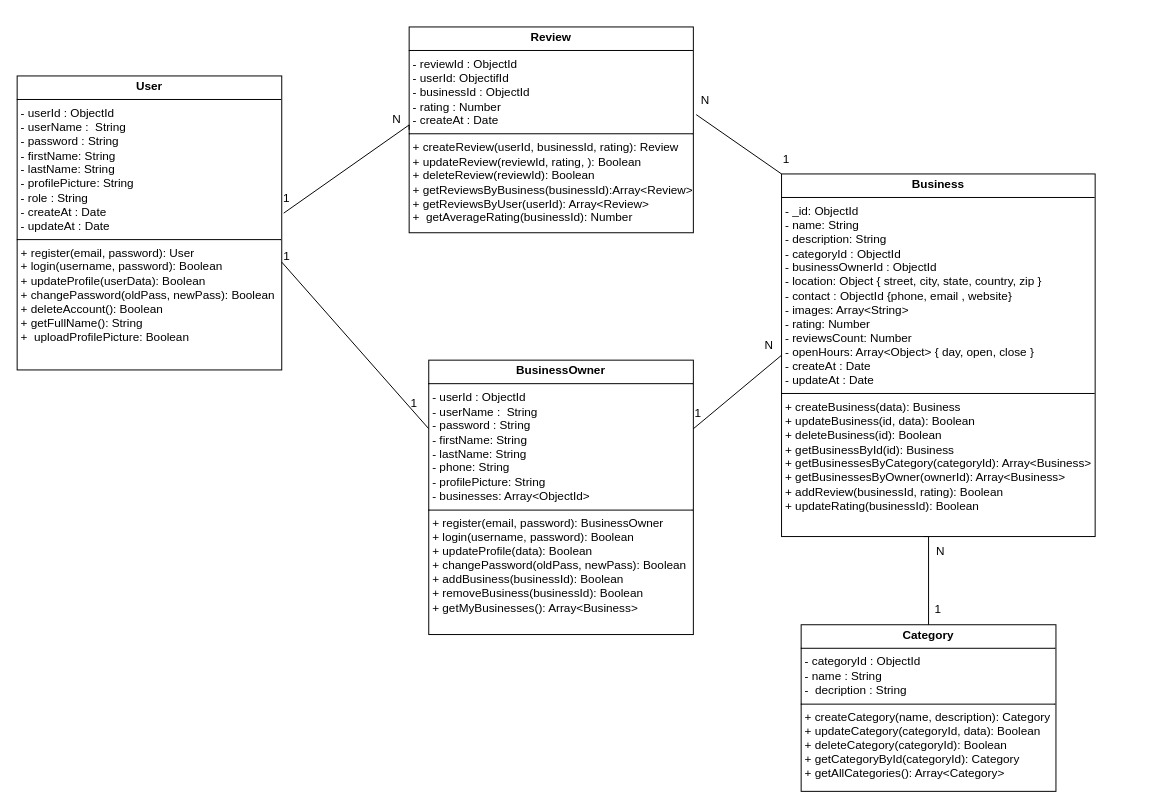
Earlier version of the draw.io diagram Diagramme sans nom.drawio (Rahma3-sys/Searchgi). Source tidied: cells renumbered, new cells numbered last; positions are measured from the earlier drawing's top-left corner, leaving out a move shared by most shapes. Both pictures are drawn from the tidied source at 98%, with x=0, y=0 at pixel (17, 26).
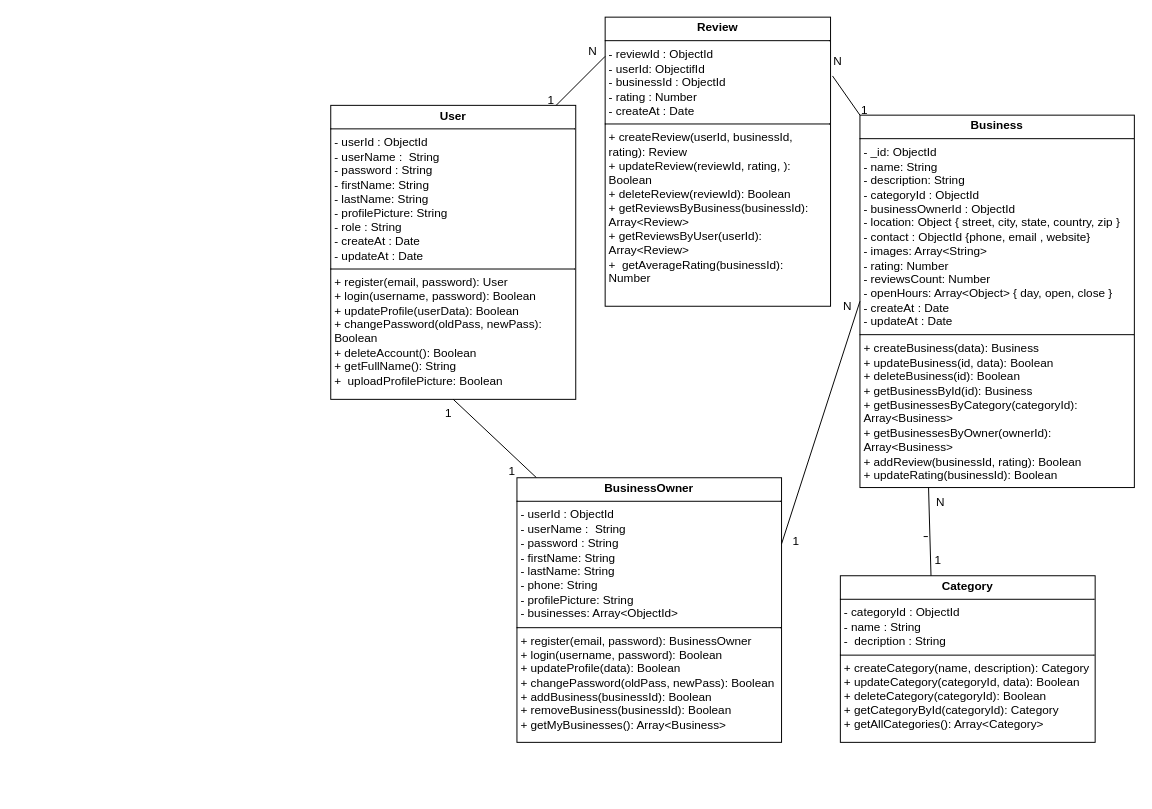
The same page after the edit.

Commit message:
Mettre à jour Diagramme de classe.drawio

What changed in the source:
```diff
@@
-    <mxCell id="2" value="&lt;p style=&quot;margin:0px;margin-top:4px;text-align:center;&quot;&gt;&lt;b&gt;Review&lt;/b&gt;&lt;/p&gt;&lt;hr size=&quot;1&quot; style=&quot;border-style:solid;&quot;&gt;&lt;p style=&quot;margin:0px;margin-left:4px;&quot;&gt;- reviewId : ObjectId&lt;br&gt;- userId:&amp;nbsp;&lt;span style=&quot;background-color: transparent; color: light-dark(rgb(0, 0, 0), rgb(255, 255, 255));&quot;&gt;ObjectifId&lt;/span&gt;&lt;/p&gt;&lt;p style=&quot;margin:0px;margin-left:4px;&quot;&gt;- businessId : ObjectId&lt;/p&gt;&lt;p style=&quot;margin:0px;margin-left:4px;&quot;&gt;- rating : Number&lt;/p&gt;&lt;p style=&quot;margin:0px;margin-left:4px;&quot;&gt;- createAt : Date&lt;/p&gt;&lt;hr size=&quot;1&quot; style=&quot;border-style:solid;&quot;&gt;&lt;p style=&quot;margin:0px;margin-left:4px;&quot;&gt;+&amp;nbsp;createReview(userId, businessId, rating): Review&lt;br&gt;+&amp;nbsp;updateReview(reviewId, rating, ): Boolean&lt;/p&gt;&lt;p style=&quot;margin:0px;margin-left:4px;&quot;&gt;+&amp;nbsp;deleteReview(reviewId): Boolean&amp;nbsp;&lt;/p&gt;&lt;p style=&quot;margin:0px;margin-left:4px;&quot;&gt;+&amp;nbsp;getReviewsByBusiness(businessId):Array&amp;lt;Review&amp;gt;&lt;/p&gt;&lt;p style=&quot;margin:0px;margin-left:4px;&quot;&gt;+&amp;nbsp;getReviewsByUser(userId): Array&amp;lt;Review&amp;gt;&amp;nbsp;&lt;/p&gt;&lt;p style=&quot;margin:0px;margin-left:4px;&quot;&gt;+&amp;nbsp;&amp;nbsp;getAverageRating(businessId): Number&amp;nbsp;&lt;/p&gt;" style="verticalAlign=top;align=left;overflow=fill;html=1;whiteSpace=wrap;" parent="1" vertex="1">
-      <mxGeometry x="400" width="290" height="210" as="geometry" />
+    <mxCell id="2" value="&lt;p style=&quot;margin:0px;margin-top:4px;text-align:center;&quot;&gt;&lt;b&gt;Review&lt;/b&gt;&lt;/p&gt;&lt;hr size=&quot;1&quot; style=&quot;border-style:solid;&quot;&gt;&lt;p style=&quot;margin:0px;margin-left:4px;&quot;&gt;- reviewId : ObjectId&lt;br&gt;- userId:&amp;nbsp;&lt;span style=&quot;background-color: transparent; color: light-dark(rgb(0, 0, 0), rgb(255, 255, 255));&quot;&gt;ObjectifId&lt;/span&gt;&lt;/p&gt;&lt;p style=&quot;margin:0px;margin-left:4px;&quot;&gt;- businessId : ObjectId&lt;/p&gt;&lt;p style=&quot;margin:0px;margin-left:4px;&quot;&gt;- rating : Number&lt;/p&gt;&lt;p style=&quot;margin:0px;margin-left:4px;&quot;&gt;- createAt : Date&lt;/p&gt;&lt;hr size=&quot;1&quot; style=&quot;border-style:solid;&quot;&gt;&lt;p style=&quot;margin:0px;margin-left:4px;&quot;&gt;+&amp;nbsp;createReview(userId, businessId, rating): Review&lt;br&gt;+&amp;nbsp;updateReview(reviewId, rating, ): Boolean&lt;/p&gt;&lt;p style=&quot;margin:0px;margin-left:4px;&quot;&gt;+&amp;nbsp;deleteReview(reviewId): Boolean&amp;nbsp;&lt;/p&gt;&lt;p style=&quot;margin:0px;margin-left:4px;&quot;&gt;+&amp;nbsp;getReviewsByBusiness(businessId):&lt;/p&gt;&lt;p style=&quot;margin:0px;margin-left:4px;&quot;&gt;Array&amp;lt;Review&amp;gt;&lt;/p&gt;&lt;p style=&quot;margin:0px;margin-left:4px;&quot;&gt;+&amp;nbsp;getReviewsByUser(userId): Array&amp;lt;Review&amp;gt;&amp;nbsp;&lt;/p&gt;&lt;p style=&quot;margin:0px;margin-left:4px;&quot;&gt;+&amp;nbsp;&amp;nbsp;getAverageRating(businessId): Number&amp;nbsp;&lt;/p&gt;" style="verticalAlign=top;align=left;overflow=fill;html=1;whiteSpace=wrap;" parent="1" vertex="1">
+      <mxGeometry x="600" y="-10" width="230" height="295" as="geometry" />
     </mxCell>
     <mxCell id="3" value="&lt;p style=&quot;margin:0px;margin-top:4px;text-align:center;&quot;&gt;&lt;b&gt;User&lt;/b&gt;&lt;/p&gt;&lt;hr size=&quot;1&quot; style=&quot;border-style:solid;&quot;&gt;&lt;p style=&quot;margin:0px;margin-left:4px;&quot;&gt;- userId : ObjectId&lt;/p&gt;&lt;p style=&quot;margin:0px;margin-left:4px;&quot;&gt;- userName :&amp;nbsp; String&lt;/p&gt;&lt;p style=&quot;margin:0px;margin-left:4px;&quot;&gt;- password : String&amp;nbsp;&lt;/p&gt;&lt;p style=&quot;margin:0px;margin-left:4px;&quot;&gt;-&amp;nbsp;firstName: String&amp;nbsp;&amp;nbsp;&lt;/p&gt;&lt;p style=&quot;margin:0px;margin-left:4px;&quot;&gt;- lastName: String&amp;nbsp;&amp;nbsp;&lt;/p&gt;&lt;p style=&quot;margin:0px;margin-left:4px;&quot;&gt;- profilePicture: String&amp;nbsp;&lt;/p&gt;&lt;p style=&quot;margin:0px;margin-left:4px;&quot;&gt;- role : String&lt;/p&gt;&lt;p style=&quot;margin:0px;margin-left:4px;&quot;&gt;&lt;span style=&quot;background-color: transparent; color: light-dark(rgb(0, 0, 0), rgb(255, 255, 255));&quot;&gt;- createAt : Date&lt;/span&gt;&lt;/p&gt;&lt;p style=&quot;margin:0px;margin-left:4px;&quot;&gt;- updateAt : Date&lt;/p&gt;&lt;hr size=&quot;1&quot; style=&quot;border-style:solid;&quot;&gt;&lt;p style=&quot;margin:0px;margin-left:4px;&quot;&gt;+&amp;nbsp;register(email, password): User&amp;nbsp;&amp;nbsp;&lt;/p&gt;&lt;p style=&quot;margin:0px;margin-left:4px;&quot;&gt;+&amp;nbsp;login(username, password): Boolean&lt;/p&gt;&lt;p style=&quot;margin:0px;margin-left:4px;&quot;&gt;+&amp;nbsp;updateProfile(userData): Boolean&amp;nbsp;&lt;/p&gt;&lt;p style=&quot;margin:0px;margin-left:4px;&quot;&gt;+&amp;nbsp;changePassword(oldPass, newPass): Boolean&lt;/p&gt;&lt;p style=&quot;margin:0px;margin-left:4px;&quot;&gt;+&amp;nbsp;deleteAccount(): Boolean&amp;nbsp;&lt;/p&gt;&lt;p style=&quot;margin:0px;margin-left:4px;&quot;&gt;+&amp;nbsp;getFullName(): String&amp;nbsp;&lt;/p&gt;&lt;p style=&quot;margin:0px;margin-left:4px;&quot;&gt;+&amp;nbsp;&amp;nbsp;uploadProfilePicture: Boolean&lt;/p&gt;" style="verticalAlign=top;align=left;overflow=fill;html=1;whiteSpace=wrap;" parent="1" vertex="1">
-      <mxGeometry y="50" width="270" height="300" as="geometry" />
+      <mxGeometry x="320" y="80" width="250" height="300" as="geometry" />
     </mxCell>
     <mxCell id="4" value="&lt;p style=&quot;margin:0px;margin-top:4px;text-align:center;&quot;&gt;&lt;b&gt;Category&lt;/b&gt;&lt;/p&gt;&lt;hr size=&quot;1&quot; style=&quot;border-style:solid;&quot;&gt;&lt;p style=&quot;margin:0px;margin-left:4px;&quot;&gt;- categoryId : ObjectId&lt;/p&gt;&lt;p style=&quot;margin:0px;margin-left:4px;&quot;&gt;- name : String&amp;nbsp;&lt;/p&gt;&lt;p style=&quot;margin:0px;margin-left:4px;&quot;&gt;-&amp;nbsp; decription : String&amp;nbsp;&lt;/p&gt;&lt;hr size=&quot;1&quot; style=&quot;border-style:solid;&quot;&gt;&lt;p style=&quot;margin:0px;margin-left:4px;&quot;&gt;+ createCategory(name, description): Category&lt;/p&gt;&lt;p style=&quot;margin:0px;margin-left:4px;&quot;&gt;+&amp;nbsp;updateCategory(categoryId, data): Boolean&lt;/p&gt;&lt;p style=&quot;margin:0px;margin-left:4px;&quot;&gt;+&amp;nbsp;deleteCategory(categoryId): Boolean&amp;nbsp;&lt;/p&gt;&lt;p style=&quot;margin:0px;margin-left:4px;&quot;&gt;+&amp;nbsp;getCategoryById(categoryId): Category&amp;nbsp;&lt;/p&gt;&lt;p style=&quot;margin:0px;margin-left:4px;&quot;&gt;+&amp;nbsp;getAllCategories(): Array&amp;lt;Category&amp;gt;&amp;nbsp;&lt;/p&gt;" style="verticalAlign=top;align=left;overflow=fill;html=1;whiteSpace=wrap;" parent="1" vertex="1">
-      <mxGeometry x="800" y="610" width="260" height="170" as="geometry" />
+      <mxGeometry x="840" y="560" width="260" height="170" as="geometry" />
     </mxCell>
     <mxCell id="5" value="&lt;p style=&quot;margin:0px;margin-top:4px;text-align:center;&quot;&gt;&lt;b&gt;Business&lt;/b&gt;&lt;/p&gt;&lt;hr size=&quot;1&quot; style=&quot;border-style:solid;&quot;&gt;&lt;p style=&quot;margin:0px;margin-left:4px;&quot;&gt;-&amp;nbsp;&lt;span style=&quot;background-color: transparent; color: light-dark(rgb(0, 0, 0), rgb(255, 255, 255));&quot;&gt;_id: ObjectId&lt;/span&gt;&lt;/p&gt;&lt;p style=&quot;margin:0px;margin-left:4px;&quot;&gt;-&amp;nbsp;&lt;span style=&quot;background-color: transparent; color: light-dark(rgb(0, 0, 0), rgb(255, 255, 255));&quot;&gt;name: String&lt;/span&gt;&lt;/p&gt;&lt;p style=&quot;margin:0px;margin-left:4px;&quot;&gt;-&amp;nbsp;&lt;span style=&quot;background-color: transparent; color: light-dark(rgb(0, 0, 0), rgb(255, 255, 255));&quot;&gt;description: String&lt;/span&gt;&lt;/p&gt;&lt;p style=&quot;margin:0px;margin-left:4px;&quot;&gt;- categoryId : ObjectId&lt;/p&gt;&lt;p style=&quot;margin:0px;margin-left:4px;&quot;&gt;- businessOwnerId : ObjectId&lt;/p&gt;&lt;p style=&quot;margin:0px;margin-left:4px;&quot;&gt;-&amp;nbsp;&lt;span style=&quot;background-color: transparent; color: light-dark(rgb(0, 0, 0), rgb(255, 255, 255));&quot;&gt;location: Object { street, city, state, country, zip }&lt;/span&gt;&lt;/p&gt;&lt;p style=&quot;margin:0px;margin-left:4px;&quot;&gt;- contact : ObjectId {phone, email , website&lt;span style=&quot;background-color: transparent; color: light-dark(rgb(0, 0, 0), rgb(255, 255, 255));&quot;&gt;}&lt;/span&gt;&lt;/p&gt;&lt;p style=&quot;margin:0px;margin-left:4px;&quot;&gt;-&amp;nbsp;&lt;span style=&quot;background-color: transparent; color: light-dark(rgb(0, 0, 0), rgb(255, 255, 255));&quot;&gt;images: Array&amp;lt;String&amp;gt;&lt;/span&gt;&lt;/p&gt;&lt;p style=&quot;margin:0px;margin-left:4px;&quot;&gt;&lt;span style=&quot;background-color: transparent; color: light-dark(rgb(0, 0, 0), rgb(255, 255, 255));&quot;&gt;-&amp;nbsp;&lt;/span&gt;&lt;span style=&quot;background-color: transparent; color: light-dark(rgb(0, 0, 0), rgb(255, 255, 255));&quot;&gt;rating: Number&lt;/span&gt;&lt;/p&gt;&lt;p style=&quot;margin:0px;margin-left:4px;&quot;&gt;&lt;span style=&quot;background-color: transparent; color: light-dark(rgb(0, 0, 0), rgb(255, 255, 255));&quot;&gt;-&amp;nbsp;&lt;/span&gt;&lt;span style=&quot;background-color: transparent; color: light-dark(rgb(0, 0, 0), rgb(255, 255, 255));&quot;&gt;reviewsCount: Number&lt;/span&gt;&lt;/p&gt;&lt;p style=&quot;margin:0px;margin-left:4px;&quot;&gt;&lt;span style=&quot;background-color: transparent; color: light-dark(rgb(0, 0, 0), rgb(255, 255, 255));&quot;&gt;-&amp;nbsp;&lt;/span&gt;&lt;span style=&quot;background-color: transparent; color: light-dark(rgb(0, 0, 0), rgb(255, 255, 255));&quot;&gt;openHours: Array&amp;lt;Object&amp;gt; { day, open, close }&lt;/span&gt;&lt;/p&gt;&lt;p style=&quot;margin:0px;margin-left:4px;&quot;&gt;&lt;span style=&quot;background-color: transparent; color: light-dark(rgb(0, 0, 0), rgb(255, 255, 255));&quot;&gt;- createAt : Date&lt;/span&gt;&lt;/p&gt;&lt;p style=&quot;margin:0px;margin-left:4px;&quot;&gt;- updateAt : Date&lt;/p&gt;&lt;hr size=&quot;1&quot; style=&quot;border-style:solid;&quot;&gt;&lt;p style=&quot;margin:0px;margin-left:4px;&quot;&gt;+ createBusiness(data): Business&amp;nbsp;&amp;nbsp;&lt;/p&gt;&lt;p style=&quot;margin:0px;margin-left:4px;&quot;&gt;+&lt;span style=&quot;background-color: transparent; color: light-dark(rgb(0, 0, 0), rgb(255, 255, 255));&quot;&gt;&amp;nbsp;updateBusiness(id, data): Boolean&amp;nbsp;&lt;/span&gt;&lt;/p&gt;&lt;p style=&quot;margin:0px;margin-left:4px;&quot;&gt;&lt;span style=&quot;background-color: transparent; color: light-dark(rgb(0, 0, 0), rgb(255, 255, 255));&quot;&gt;+ deleteBusiness(id): Boolean&amp;nbsp;&lt;/span&gt;&lt;/p&gt;&lt;p style=&quot;margin:0px;margin-left:4px;&quot;&gt;&lt;span style=&quot;background-color: transparent; color: light-dark(rgb(0, 0, 0), rgb(255, 255, 255));&quot;&gt;+ getBusinessById(id): Business&amp;nbsp;&lt;/span&gt;&lt;/p&gt;&lt;p style=&quot;margin:0px;margin-left:4px;&quot;&gt;&lt;span style=&quot;background-color: transparent; color: light-dark(rgb(0, 0, 0), rgb(255, 255, 255));&quot;&gt;+ getBusinessesByCategory(categoryId): Array&lt;/span&gt;&lt;span style=&quot;background-color: transparent;&quot;&gt;&amp;lt;Business&amp;gt;&amp;nbsp;&lt;/span&gt;&lt;/p&gt;&lt;p style=&quot;margin:0px;margin-left:4px;&quot;&gt;+ getBusinessesByOwner(ownerId): Array&amp;lt;Business&amp;gt;&amp;nbsp;&lt;/p&gt;&lt;p style=&quot;margin:0px;margin-left:4px;&quot;&gt;&lt;span style=&quot;background-color: transparent; color: light-dark(rgb(0, 0, 0), rgb(255, 255, 255));&quot;&gt;+ addReview(businessId, rating): Boolean&amp;nbsp;&lt;/span&gt;&lt;/p&gt;&lt;p style=&quot;margin:0px;margin-left:4px;&quot;&gt;&lt;span style=&quot;background-color: transparent; color: light-dark(rgb(0, 0, 0), rgb(255, 255, 255));&quot;&gt;+ updateRating(businessId): Boolean&lt;/span&gt;&lt;/p&gt;" style="verticalAlign=top;align=left;overflow=fill;html=1;whiteSpace=wrap;" parent="1" vertex="1">
-      <mxGeometry x="780" y="150" width="320" height="370" as="geometry" />
+      <mxGeometry x="860" y="90" width="280" height="380" as="geometry" />
     </mxCell>
-    <mxCell id="6" style="endArrow=none;html=1;rounded=0;exitX=1.01;exitY=0.426;exitDx=0;exitDy=0;exitPerimeter=0;entryX=0;entryY=0;entryDx=0;entryDy=0;" parent="1" edge="1" source="2" target="5">
-      <mxGeometry relative="1" as="geometry" />
+    <mxCell id="6" style="endArrow=none;html=1;rounded=0;entryX=0;entryY=0;entryDx=0;entryDy=0;" parent="1" edge="1" target="5">
+      <mxGeometry relative="1" as="geometry">
+        <mxPoint x="832" y="50" as="sourcePoint" />
+      </mxGeometry>
     </mxCell>
-    <mxCell id="7" style="endArrow=none;html=1;rounded=0;" parent="1" edge="1">
-      <mxGeometry relative="1" as="geometry">
-        <mxPoint x="272" y="190" as="sourcePoint" />
-        <mxPoint x="400" y="105" as="targetPoint" />
-        <Array as="points">
-          <mxPoint x="400" y="100" />
-        </Array>
-      </mxGeometry>
-    </mxCell>
-    <mxCell id="8" style="endArrow=none;html=1;rounded=0;entryX=0.314;entryY=1.009;entryDx=0;entryDy=0;entryPerimeter=0;exitX=0;exitY=0.25;exitDx=0;exitDy=0;" parent="1" edge="1" source="9">
-      <mxGeometry relative="1" as="geometry">
-        <mxPoint x="270" y="240" as="targetPoint" />
-      </mxGeometry>
+    <mxCell id="8" style="endArrow=none;html=1;rounded=0;entryX=0.5;entryY=1;entryDx=0;entryDy=0;exitX=0.074;exitY=0;exitDx=0;exitDy=0;exitPerimeter=0;" parent="1" edge="1" source="9" target="3">
+      <mxGeometry relative="1" as="geometry" />
     </mxCell>
     <mxCell id="9" value="&lt;p style=&quot;margin:0px;margin-top:4px;text-align:center;&quot;&gt;&lt;b&gt;BusinessOwner&lt;/b&gt;&lt;/p&gt;&lt;hr size=&quot;1&quot; style=&quot;border-style:solid;&quot;&gt;&lt;p style=&quot;margin:0px;margin-left:4px;&quot;&gt;- userId : ObjectId&lt;/p&gt;&lt;p style=&quot;margin: 0px 0px 0px 4px;&quot;&gt;- userName :&amp;nbsp; String&lt;/p&gt;&lt;p style=&quot;margin: 0px 0px 0px 4px;&quot;&gt;- password : String&amp;nbsp;&lt;/p&gt;&lt;p style=&quot;margin: 0px 0px 0px 4px;&quot;&gt;-&amp;nbsp;firstName: String&amp;nbsp;&amp;nbsp;&lt;/p&gt;&lt;p style=&quot;margin: 0px 0px 0px 4px;&quot;&gt;- lastName: String&amp;nbsp;&amp;nbsp;&lt;/p&gt;&lt;p style=&quot;margin: 0px 0px 0px 4px;&quot;&gt;-&amp;nbsp;phone: String&lt;/p&gt;&lt;p style=&quot;margin: 0px 0px 0px 4px;&quot;&gt;- profilePicture: String&amp;nbsp;&lt;/p&gt;&lt;p style=&quot;margin: 0px 0px 0px 4px;&quot;&gt;-&amp;nbsp;businesses: Array&amp;lt;ObjectId&amp;gt;&lt;/p&gt;&lt;hr size=&quot;1&quot; style=&quot;border-style:solid;&quot;&gt;&lt;p style=&quot;margin:0px;margin-left:4px;&quot;&gt;+ r&lt;span style=&quot;background-color: transparent; color: light-dark(rgb(0, 0, 0), rgb(255, 255, 255));&quot;&gt;egister(email, password): BusinessOwner&lt;/span&gt;&lt;/p&gt;&lt;p style=&quot;margin:0px;margin-left:4px;&quot;&gt;&lt;span style=&quot;background-color: transparent; color: light-dark(rgb(0, 0, 0), rgb(255, 255, 255));&quot;&gt;+ login(username, password): Boolean&amp;nbsp;&lt;/span&gt;&lt;/p&gt;&lt;p style=&quot;margin:0px;margin-left:4px;&quot;&gt;&lt;span style=&quot;background-color: transparent; color: light-dark(rgb(0, 0, 0), rgb(255, 255, 255));&quot;&gt;+&amp;nbsp;&lt;/span&gt;&lt;span style=&quot;background-color: transparent; color: light-dark(rgb(0, 0, 0), rgb(255, 255, 255));&quot;&gt;updateProfile(data): Boolean&amp;nbsp;&lt;/span&gt;&lt;/p&gt;&lt;p style=&quot;margin:0px;margin-left:4px;&quot;&gt;&lt;span style=&quot;background-color: transparent; color: light-dark(rgb(0, 0, 0), rgb(255, 255, 255));&quot;&gt;+&amp;nbsp;&lt;/span&gt;&lt;span style=&quot;background-color: transparent; color: light-dark(rgb(0, 0, 0), rgb(255, 255, 255));&quot;&gt;changePassword(oldPass, newPass): Boolean&amp;nbsp;&lt;/span&gt;&lt;/p&gt;&lt;p style=&quot;margin:0px;margin-left:4px;&quot;&gt;&lt;span style=&quot;background-color: transparent; color: light-dark(rgb(0, 0, 0), rgb(255, 255, 255));&quot;&gt;+&amp;nbsp;&lt;/span&gt;&lt;span style=&quot;background-color: transparent; color: light-dark(rgb(0, 0, 0), rgb(255, 255, 255));&quot;&gt;addBusiness(businessId): Boolean&amp;nbsp;&lt;/span&gt;&lt;/p&gt;&lt;p style=&quot;margin:0px;margin-left:4px;&quot;&gt;&lt;span style=&quot;background-color: transparent; color: light-dark(rgb(0, 0, 0), rgb(255, 255, 255));&quot;&gt;+&amp;nbsp;&lt;/span&gt;&lt;span style=&quot;background-color: transparent; color: light-dark(rgb(0, 0, 0), rgb(255, 255, 255));&quot;&gt;removeBusiness(businessId): Boolean&lt;/span&gt;&lt;/p&gt;&lt;p style=&quot;margin:0px;margin-left:4px;&quot;&gt;&lt;span style=&quot;background-color: transparent; color: light-dark(rgb(0, 0, 0), rgb(255, 255, 255));&quot;&gt;+&amp;nbsp;&lt;/span&gt;&lt;span style=&quot;background-color: transparent; color: light-dark(rgb(0, 0, 0), rgb(255, 255, 255));&quot;&gt;getMyBusinesses(): Array&amp;lt;Business&amp;gt;&amp;nbsp;&amp;nbsp;&lt;/span&gt;&lt;/p&gt;&lt;div&gt;&lt;span style=&quot;background-color: transparent; color: light-dark(rgb(0, 0, 0), rgb(255, 255, 255));&quot;&gt;&lt;br&gt;&lt;/span&gt;&lt;/div&gt;&lt;div&gt;&lt;span style=&quot;background-color: transparent; color: light-dark(rgb(0, 0, 0), rgb(255, 255, 255));&quot;&gt;&lt;br&gt;&lt;/span&gt;&lt;/div&gt;&lt;p style=&quot;margin:0px;margin-left:4px;&quot;&gt;&lt;span style=&quot;background-color: transparent; color: light-dark(rgb(0, 0, 0), rgb(255, 255, 255));&quot;&gt;&amp;nbsp;&lt;/span&gt;&lt;/p&gt;&lt;p style=&quot;margin:0px;margin-left:4px;&quot;&gt;&lt;span style=&quot;background-color: transparent; color: light-dark(rgb(0, 0, 0), rgb(255, 255, 255));&quot;&gt;&lt;br&gt;&lt;/span&gt;&lt;/p&gt;" style="verticalAlign=top;align=left;overflow=fill;html=1;whiteSpace=wrap;" parent="1" vertex="1">
-      <mxGeometry x="420" y="340" width="270" height="280" as="geometry" />
+      <mxGeometry x="510" y="460" width="270" height="270" as="geometry" />
     </mxCell>
@@
     <mxCell id="12" value="1" style="text;html=1;align=center;verticalAlign=middle;whiteSpace=wrap;rounded=0;" parent="1" vertex="1">
-      <mxGeometry x="925" y="580" width="30" height="30" as="geometry" />
+      <mxGeometry x="925" y="530" width="30" height="30" as="geometry" />
     </mxCell>
-    <mxCell id="13" style="endArrow=none;html=1;rounded=0;exitX=0.5;exitY=0;exitDx=0;exitDy=0;" parent="1" edge="1" source="4">
-      <mxGeometry relative="1" as="geometry">
-        <mxPoint x="930" y="520" as="targetPoint" />
-      </mxGeometry>
+    <mxCell id="13" style="endArrow=none;html=1;rounded=0;entryX=0.25;entryY=1;entryDx=0;entryDy=0;exitX=0.25;exitY=1;exitDx=0;exitDy=0;" parent="1" edge="1" source="12" target="5">
+      <mxGeometry relative="1" as="geometry" />
     </mxCell>
     <mxCell id="14" value="N" style="text;html=1;align=center;verticalAlign=middle;whiteSpace=wrap;rounded=0;" parent="1" vertex="1">
-      <mxGeometry x="930" y="520" width="25" height="30" as="geometry" />
+      <mxGeometry x="930" y="470" width="25" height="30" as="geometry" />
     </mxCell>
     <mxCell id="15" value="N" style="text;html=1;align=center;verticalAlign=middle;whiteSpace=wrap;rounded=0;" parent="1" vertex="1">
-      <mxGeometry x="375" y="80" width="25" height="30" as="geometry" />
+      <mxGeometry x="575" y="10" width="25" height="30" as="geometry" />
     </mxCell>
     <mxCell id="16" value="N" style="text;html=1;align=center;verticalAlign=middle;whiteSpace=wrap;rounded=0;" parent="1" vertex="1">
-      <mxGeometry x="690" y="60" width="25" height="30" as="geometry" />
+      <mxGeometry x="825" y="20" width="25" height="30" as="geometry" />
     </mxCell>
     <mxCell id="17" value="N" style="text;html=1;align=center;verticalAlign=middle;whiteSpace=wrap;rounded=0;" parent="1" vertex="1">
-      <mxGeometry x="755" y="310" width="25" height="30" as="geometry" />
+      <mxGeometry x="835" y="270" width="25" height="30" as="geometry" />
     </mxCell>
     <mxCell id="18" value="1" style="text;html=1;align=center;verticalAlign=middle;whiteSpace=wrap;rounded=0;" parent="1" vertex="1">
-      <mxGeometry x="680" y="380" width="30" height="30" as="geometry" />
+      <mxGeometry x="780" y="510" width="30" height="30" as="geometry" />
     </mxCell>
     <mxCell id="19" value="1" style="text;html=1;align=center;verticalAlign=middle;whiteSpace=wrap;rounded=0;" parent="1" vertex="1">
-      <mxGeometry x="260" y="160" width="30" height="30" as="geometry" />
+      <mxGeometry x="530" y="60" width="30" height="30" as="geometry" />
     </mxCell>
     <mxCell id="20" value="1" style="text;html=1;align=center;verticalAlign=middle;whiteSpace=wrap;rounded=0;" parent="1" vertex="1">
-      <mxGeometry x="770" y="120" width="30" height="30" as="geometry" />
+      <mxGeometry x="850" y="70" width="30" height="30" as="geometry" />
     </mxCell>
     <mxCell id="21" value="1" style="text;whiteSpace=wrap;html=1;" parent="1" vertex="1">
-      <mxGeometry x="270" y="220" width="20" height="30" as="geometry" />
+      <mxGeometry x="500" y="440" width="20" height="30" as="geometry" />
     </mxCell>
     <mxCell id="22" value="1" style="text;whiteSpace=wrap;html=1;" parent="1" vertex="1">
-      <mxGeometry x="400" y="370" width="20" height="30" as="geometry" />
+      <mxGeometry x="435" y="380" width="20" height="30" as="geometry" />
     </mxCell>
+    <mxCell id="23" style="endArrow=none;html=1;rounded=0;" parent="1" edge="1">
+      <mxGeometry relative="1" as="geometry">
+        <mxPoint x="550" y="80" as="sourcePoint" />
+        <mxPoint x="600" y="30" as="targetPoint" />
+      </mxGeometry>
+    </mxCell>
```
